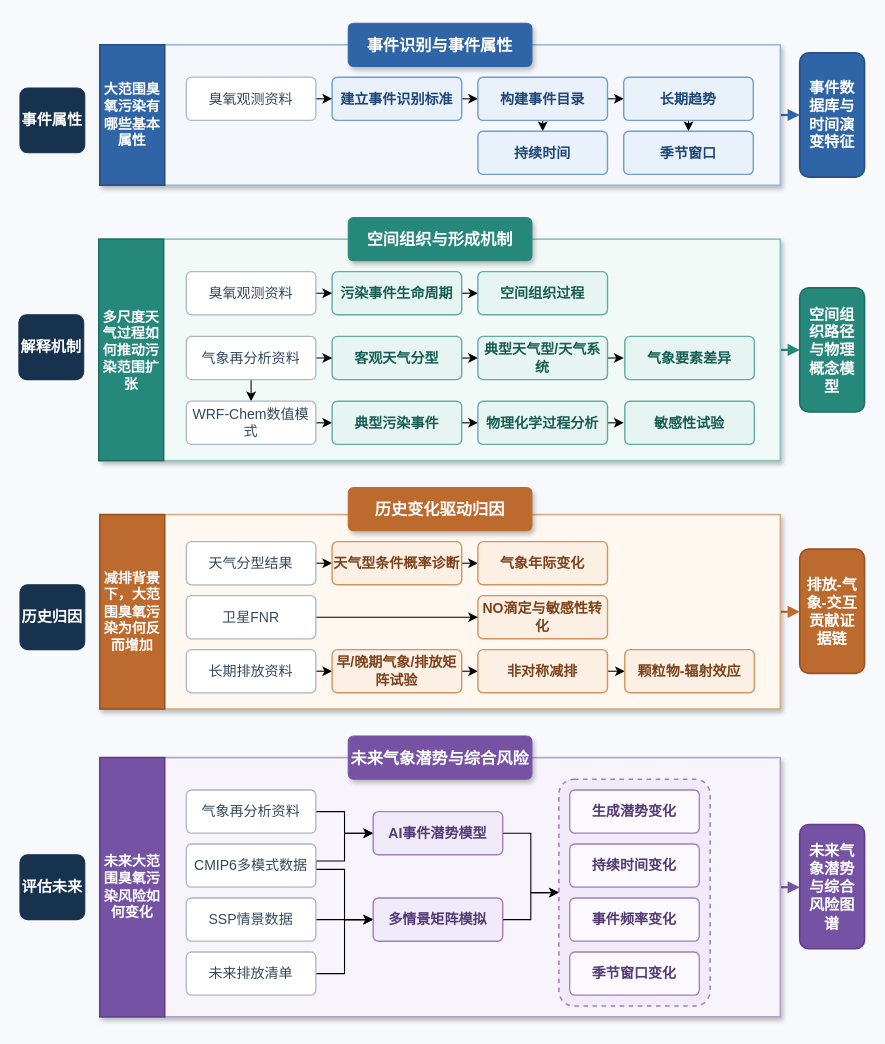
abc12580abc/workflow keeps this draw.io diagram as page "第 1 页" (1 of 2) of 绘图v2.drawio. Above is the earlier version. Source tidied: cells renumbered, new cells numbered last; positions are measured from the earlier drawing's top-left corner, leaving out a move shared by most shapes. Both pictures are drawn from the tidied source at 108%, with x=0, y=0 at pixel (18, 23).
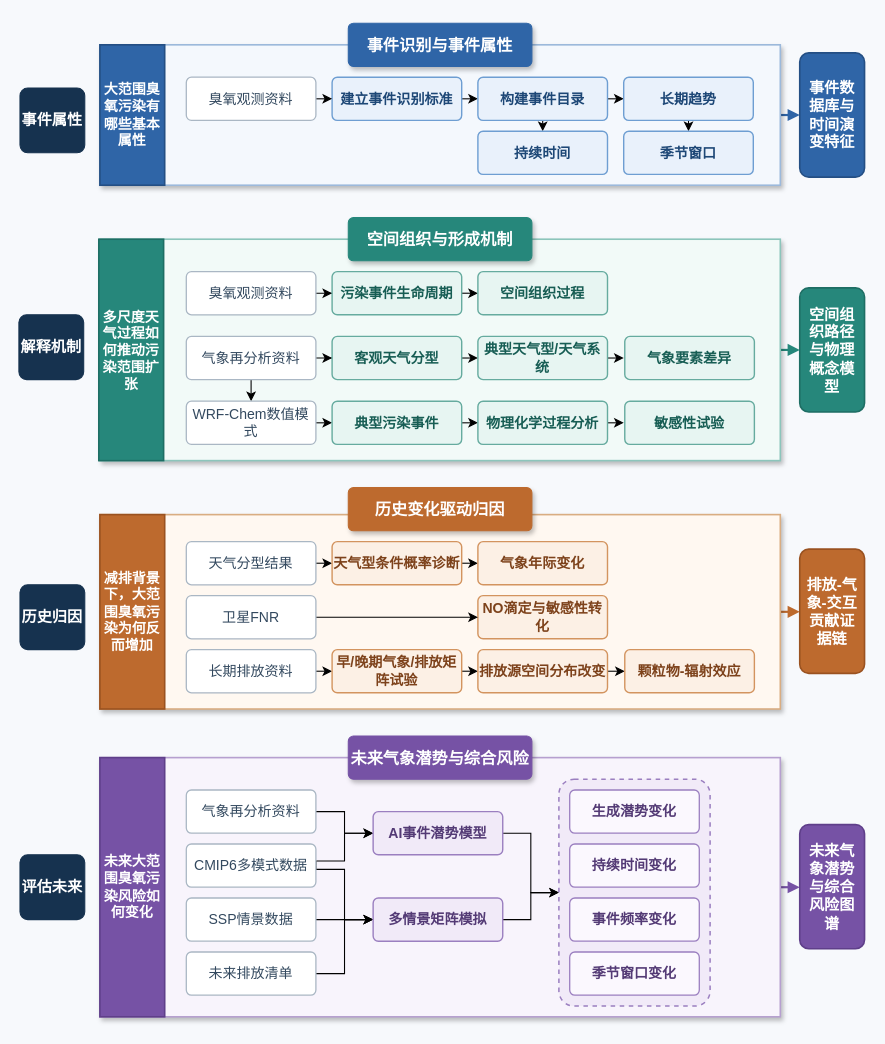
After the change.

The edit, as a diff of the source:
```diff
@@
-    <mxCell id="67" value="非对称减排" style="rounded=1;whiteSpace=wrap;html=1;arcSize=12;fillColor=#FCF0E5;strokeColor=#D3945F;strokeWidth=1.3;fontColor=#7D421B;fontFamily=Microsoft YaHei;fontSize=13;fontStyle=1;align=center;verticalAlign=middle;" parent="1" vertex="1">
+    <mxCell id="67" value="排放源空间分布改变" style="rounded=1;whiteSpace=wrap;html=1;arcSize=12;fillColor=#FCF0E5;strokeColor=#D3945F;strokeWidth=1.3;fontColor=#7D421B;fontFamily=Microsoft YaHei;fontSize=13;fontStyle=1;align=center;verticalAlign=middle;" parent="1" vertex="1">
       <mxGeometry x="425" y="580" width="120" height="40" as="geometry" />
     </mxCell>
```
